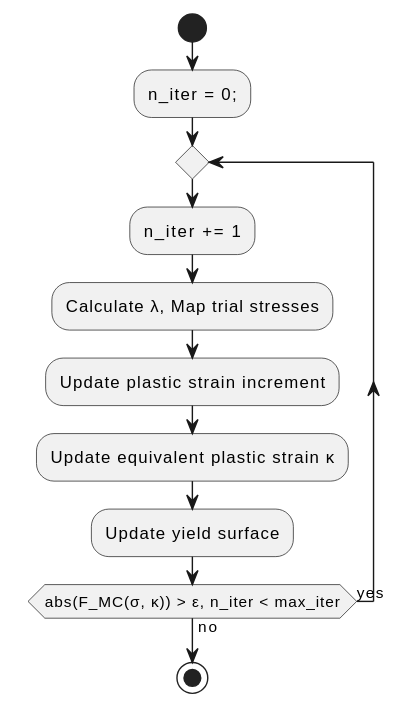
Above: applications/GeoMechanicsApplication/custom_constitutive/documentation_data/hardening_flowchart.svg in KratosMultiphysics/Kratos (PlantUML), before the change. The source it was exported from:
```plantuml
@startuml
start
- n_iter = 0;
repeat
  :n_iter += 1;
  :Calculate λ, Map trial stresses;
  :Update plastic strain increment;
  :Update equivalent plastic strain κ;
  :Update yield surface;
repeat while(abs(F_MC(σ, κ)) > ε, n_iter < max_iter) is (yes) not (no)
stop
@enduml
```
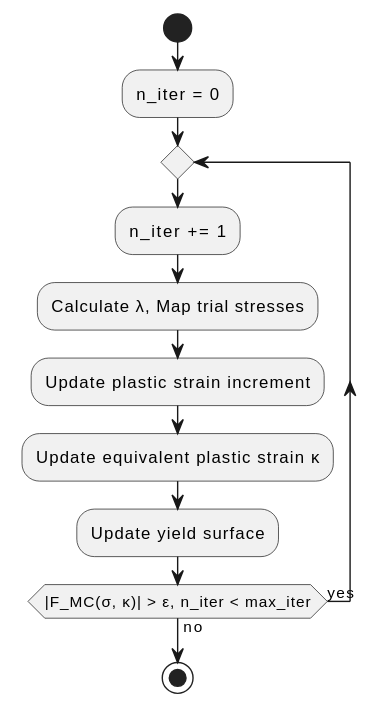
The same file after the commit.

Change to the diagram source:
```diff
@@ -1,12 +1,12 @@
 @startuml
 start
-- n_iter = 0;
+:n_iter = 0;
 repeat
   :n_iter += 1;
   :Calculate λ, Map trial stresses;
   :Update plastic strain increment;
   :Update equivalent plastic strain κ;
   :Update yield surface;
-repeat while(abs(F_MC(σ, κ)) > ε, n_iter < max_iter) is (yes) not (no)
+repeat while(|F_MC(σ, κ)| > ε, n_iter < max_iter) is (yes) not (no)
 stop
 @enduml
```
